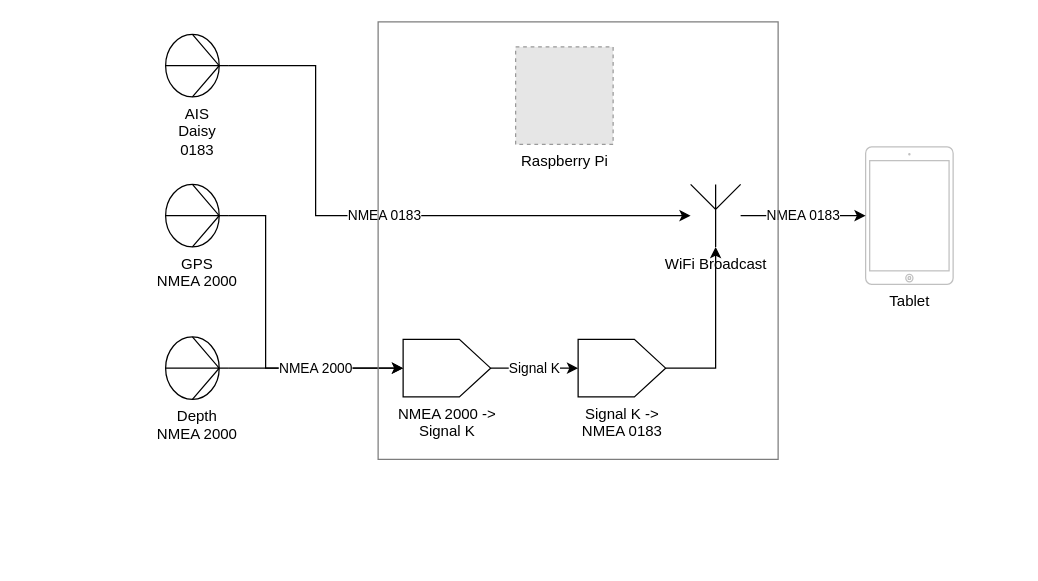
Above: BoatPi.drawio in grevelle/BoatPi (draw.io), before the change. Source tidied: cells renumbered, new cells numbered last; positions are measured from the earlier drawing's top-left corner, leaving out a move shared by most shapes. Both pictures are drawn from the tidied source at 125%, with x=0, y=0 at pixel (165, 21). Pictures stored in the file or linked from it are replaced by grey dashed boxes.
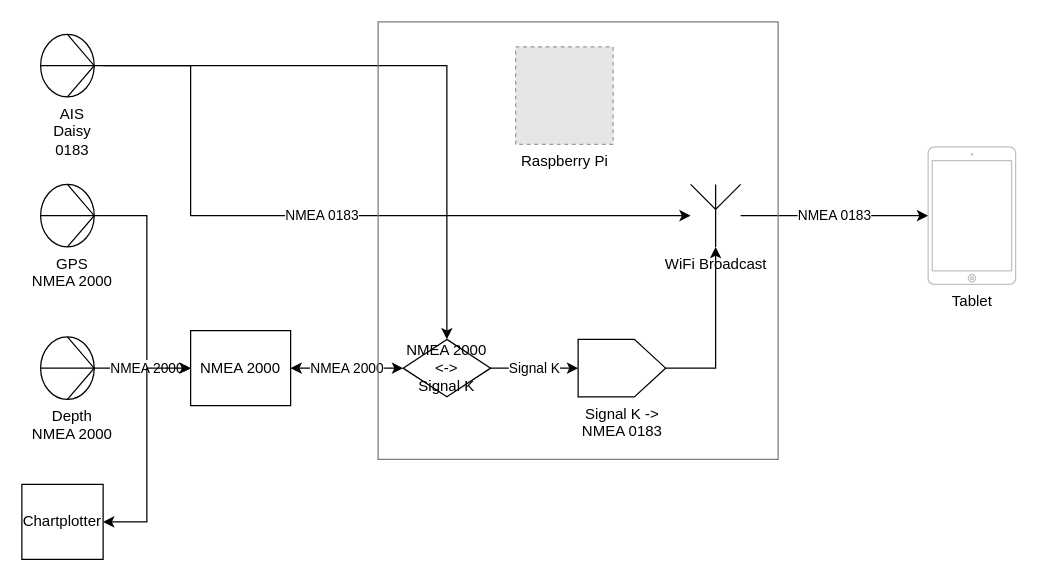
Above is the later version.

The change refers to these unchanged cells:
```xml
<mxCell id="13" value="WiFi Broadcast" style="verticalLabelPosition=bottom;shadow=0;dashed=0;align=center;html=1;verticalAlign=top;shape=mxgraph.electrical.radio.aerial_-_antenna_1;" parent="1" vertex="1">
  <mxGeometry x="420" y="130" width="40" height="50" as="geometry" />
</mxCell>
<mxCell id="16" value="Signal K -&amp;gt;&lt;br&gt;NMEA 0183" style="verticalLabelPosition=bottom;shadow=0;dashed=0;align=center;html=1;verticalAlign=top;shape=mxgraph.electrical.abstract.dac;" parent="1" vertex="1">
  <mxGeometry x="330" y="254" width="70" height="46" as="geometry" />
</mxCell>
```

Diff of the diagram source:
```diff
@@
     <mxCell id="2" value="NMEA 0183" style="edgeStyle=orthogonalEdgeStyle;rounded=0;jettySize=auto;html=1;" parent="1" edge="1" source="3" target="13">
       <mxGeometry relative="1" as="geometry">
         <Array as="points">
-          <mxPoint x="120" y="35" />
-          <mxPoint x="120" y="155" />
+          <mxPoint x="20" y="35" />
+          <mxPoint x="20" y="155" />
         </Array>
       </mxGeometry>
     </mxCell>
+    <mxCell id="17" style="edgeStyle=orthogonalEdgeStyle;rounded=0;jettySize=auto;html=1;startArrow=none;startFill=0;" parent="1" edge="1" source="3" target="12">
+      <mxGeometry relative="1" as="geometry" />
+    </mxCell>
     <mxCell id="3" value="AIS&lt;br&gt;Daisy&lt;br&gt;0183&lt;br&gt;" style="verticalLabelPosition=bottom;shadow=0;dashed=0;align=center;html=1;verticalAlign=top;shape=mxgraph.electrical.miscellaneous.transducer;fontFamily=Helvetica;fontSize=12;fontColor=#000000;strokeColor=#000000;fillColor=#ffffff;" parent="1" vertex="1">
-      <mxGeometry y="10" width="50" height="50" as="geometry" />
+      <mxGeometry x="-100" y="10" width="50" height="50" as="geometry" />
     </mxCell>
-    <mxCell id="4" style="edgeStyle=orthogonalEdgeStyle;rounded=0;jettySize=auto;html=1;entryX=0;entryY=0.5;entryDx=0;entryDy=0;entryPerimeter=0;" parent="1" edge="1" source="5" target="12">
-      <mxGeometry relative="1" as="geometry">
-        <Array as="points">
-          <mxPoint x="80" y="155" />
-          <mxPoint x="80" y="277" />
-        </Array>
-      </mxGeometry>
+    <mxCell id="4" style="edgeStyle=orthogonalEdgeStyle;rounded=0;jettySize=auto;html=1;entryX=0;entryY=0.5;entryDx=0;entryDy=0;" parent="1" edge="1" source="5" target="18">
+      <mxGeometry relative="1" as="geometry" />
     </mxCell>
     <mxCell id="5" value="GPS&lt;br&gt;NMEA 2000" style="verticalLabelPosition=bottom;shadow=0;dashed=0;align=center;html=1;verticalAlign=top;shape=mxgraph.electrical.miscellaneous.transducer;fontFamily=Helvetica;fontSize=12;fontColor=#000000;strokeColor=#000000;fillColor=#ffffff;" parent="1" vertex="1">
-      <mxGeometry y="130" width="50" height="50" as="geometry" />
+      <mxGeometry x="-100" y="130" width="50" height="50" as="geometry" />
     </mxCell>
-    <mxCell id="6" value="NMEA 2000" style="edgeStyle=orthogonalEdgeStyle;rounded=0;jettySize=auto;html=1;" parent="1" edge="1" source="7" target="12">
+    <mxCell id="6" value="NMEA 2000" style="edgeStyle=orthogonalEdgeStyle;rounded=0;jettySize=auto;html=1;startArrow=classic;startFill=1;" parent="1" edge="1" source="18" target="12">
       <mxGeometry relative="1" as="geometry" />
     </mxCell>
     <mxCell id="7" value="Depth&lt;br&gt;NMEA 2000" style="verticalLabelPosition=bottom;shadow=0;dashed=0;align=center;html=1;verticalAlign=top;shape=mxgraph.electrical.miscellaneous.transducer;fontFamily=Helvetica;fontSize=12;fontColor=#000000;strokeColor=#000000;fillColor=#ffffff;" parent="1" vertex="1">
-      <mxGeometry y="252" width="50" height="50" as="geometry" />
+      <mxGeometry x="-100" y="252" width="50" height="50" as="geometry" />
     </mxCell>
     <mxCell id="8" value="Tablet" style="html=1;verticalLabelPosition=bottom;labelBackgroundColor=#ffffff;verticalAlign=top;shadow=0;dashed=0;strokeWidth=1;shape=mxgraph.ios7.misc.ipad7inch;strokeColor=#c0c0c0;" parent="1" vertex="1">
-      <mxGeometry x="560" y="100" width="70" height="110" as="geometry" />
+      <mxGeometry x="610" y="100" width="70" height="110" as="geometry" />
     </mxCell>
@@
-    <mxCell id="12" value="NMEA 2000 -&amp;gt;&lt;br&gt;Signal K" style="verticalLabelPosition=bottom;shadow=0;dashed=0;align=center;html=1;verticalAlign=top;shape=mxgraph.electrical.abstract.dac;" parent="1" vertex="1">
+    <mxCell id="12" value="NMEA 2000 &amp;lt;-&amp;gt;&lt;br&gt;Signal K" style="rhombus;whiteSpace=wrap;html=1;shadow=0;dashed=0;fontFamily=Helvetica;fontSize=12;fontColor=#000000;align=center;strokeColor=#000000;fillColor=#ffffff;" parent="1" vertex="1">
       <mxGeometry x="190" y="254" width="70" height="46" as="geometry" />
     </mxCell>
@@
     <mxCell id="14" value="Signal K" style="edgeStyle=orthogonalEdgeStyle;rounded=0;jettySize=auto;html=1;entryX=0;entryY=0.5;entryDx=0;entryDy=0;entryPerimeter=0;" parent="1" edge="1" source="12" target="16">
-      <mxGeometry x="448" y="100" as="geometry" />
+      <mxGeometry x="548" y="100" as="geometry" />
     </mxCell>
@@
+    <mxCell id="18" value="NMEA 2000" style="rounded=0;whiteSpace=wrap;html=1;" parent="1" vertex="1">
+      <mxGeometry x="20" y="247" width="80" height="60" as="geometry" />
+    </mxCell>
+    <mxCell id="19" value="NMEA 2000" style="edgeStyle=orthogonalEdgeStyle;rounded=0;jettySize=auto;html=1;" parent="1" edge="1" source="7" target="18">
+      <mxGeometry relative="1" as="geometry" />
+    </mxCell>
+    <mxCell id="20" style="edgeStyle=orthogonalEdgeStyle;rounded=0;jettySize=auto;html=1;entryX=0;entryY=0.5;entryDx=0;entryDy=0;startArrow=classic;startFill=1;" parent="1" edge="1" source="21" target="18">
+      <mxGeometry relative="1" as="geometry" />
+    </mxCell>
+    <mxCell id="21" value="Chartplotter" style="rounded=0;whiteSpace=wrap;html=1;" parent="1" vertex="1">
+      <mxGeometry x="-115" y="370" width="65" height="60" as="geometry" />
+    </mxCell>
```
